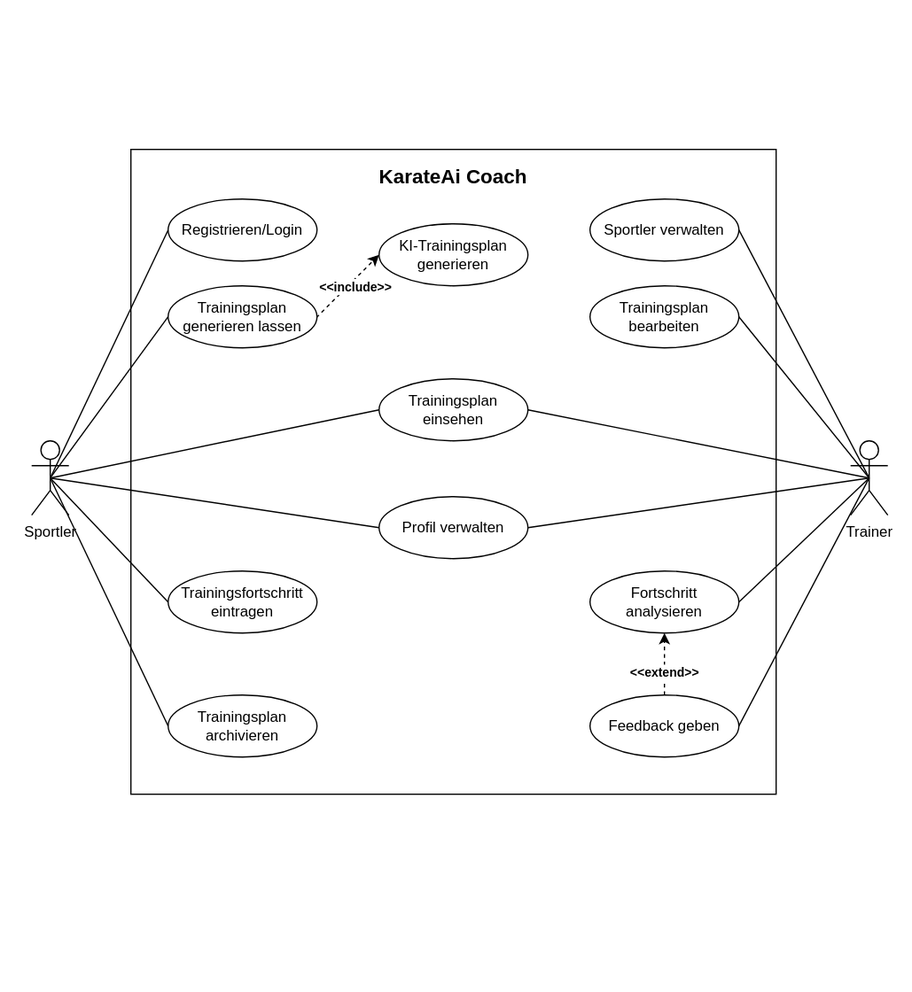
Arben-ai/karateaicoach keeps this draw.io diagram as doc/uc-diagram.drawio.svg. Above is the earlier version. Source tidied: cells renumbered, new cells last; positions are measured from the earlier drawing's top-left corner, leaving out a move shared by most shapes.
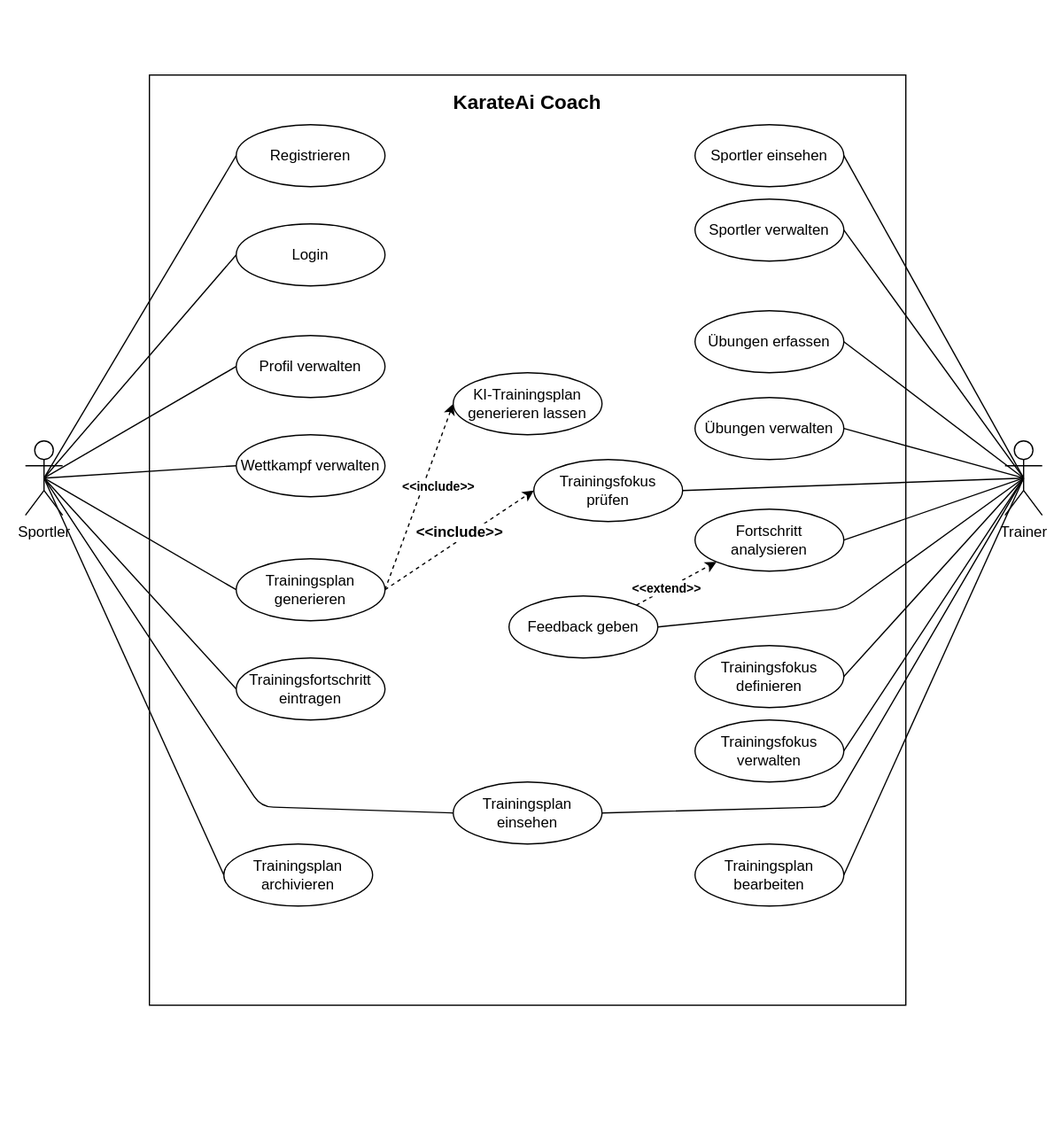
The same diagram one commit later.

Commit message:
Update use case diagram

Diff of the diagram source:
```diff
@@ -3,30 +3,33 @@
     <mxCell id="0" />
     <mxCell id="1" parent="0" />
     <mxCell id="2" style="rounded=0;whiteSpace=wrap;html=1;strokeColor=none;" parent="1" vertex="1">
-      <mxGeometry width="735" height="800" as="geometry" />
+      <mxGeometry x="-55" width="850" height="920" as="geometry" />
     </mxCell>
-    <mxCell id="3" value="&lt;font style=&quot;font-size: 16px;&quot;&gt;&lt;b&gt;KarateAi Coach&lt;/b&gt;&lt;/font&gt;&lt;div&gt;&lt;br&gt;&lt;/div&gt;&lt;div&gt;&lt;br&gt;&lt;/div&gt;&lt;div&gt;&lt;br&gt;&lt;/div&gt;&lt;div&gt;&lt;br&gt;&lt;/div&gt;&lt;div&gt;&lt;br&gt;&lt;/div&gt;&lt;div&gt;&lt;br&gt;&lt;/div&gt;&lt;div&gt;&lt;br&gt;&lt;/div&gt;&lt;div&gt;&lt;br&gt;&lt;/div&gt;&lt;div&gt;&lt;br&gt;&lt;/div&gt;&lt;div&gt;&lt;br&gt;&lt;/div&gt;&lt;div&gt;&lt;br&gt;&lt;/div&gt;&lt;div&gt;&lt;br&gt;&lt;/div&gt;&lt;div&gt;&lt;br&gt;&lt;/div&gt;&lt;div&gt;&lt;br&gt;&lt;/div&gt;&lt;div&gt;&lt;br&gt;&lt;/div&gt;&lt;div&gt;&lt;br&gt;&lt;/div&gt;&lt;div&gt;&lt;br&gt;&lt;/div&gt;&lt;div&gt;&lt;br&gt;&lt;/div&gt;&lt;div&gt;&lt;br&gt;&lt;/div&gt;&lt;div&gt;&lt;br&gt;&lt;/div&gt;&lt;div&gt;&lt;br&gt;&lt;/div&gt;&lt;div&gt;&lt;br&gt;&lt;/div&gt;&lt;div&gt;&lt;br&gt;&lt;/div&gt;&lt;div&gt;&lt;br&gt;&lt;/div&gt;&lt;div&gt;&lt;br&gt;&lt;/div&gt;&lt;div&gt;&lt;br&gt;&lt;/div&gt;&lt;div&gt;&lt;br&gt;&lt;/div&gt;&lt;div&gt;&lt;br&gt;&lt;/div&gt;&lt;div&gt;&lt;br&gt;&lt;/div&gt;&lt;div&gt;&lt;br&gt;&lt;/div&gt;&lt;div&gt;&lt;br&gt;&lt;/div&gt;&lt;div&gt;&lt;br&gt;&lt;/div&gt;&lt;div&gt;&lt;br&gt;&lt;/div&gt;" style="rounded=0;whiteSpace=wrap;html=1;" parent="1" vertex="1">
-      <mxGeometry x="105" y="120" width="520" height="520" as="geometry" />
+    <mxCell id="3" value="&lt;font style=&quot;font-size: 16px;&quot;&gt;&lt;b&gt;KarateAi Coach&lt;/b&gt;&lt;/font&gt;&lt;div&gt;&lt;br&gt;&lt;/div&gt;&lt;div&gt;&lt;br&gt;&lt;/div&gt;&lt;div&gt;&lt;br&gt;&lt;/div&gt;&lt;div&gt;&lt;br&gt;&lt;/div&gt;&lt;div&gt;&lt;br&gt;&lt;/div&gt;&lt;div&gt;&lt;br&gt;&lt;/div&gt;&lt;div&gt;&lt;br&gt;&lt;/div&gt;&lt;div&gt;&lt;br&gt;&lt;/div&gt;&lt;div&gt;&lt;br&gt;&lt;/div&gt;&lt;div&gt;&lt;br&gt;&lt;/div&gt;&lt;div&gt;&lt;br&gt;&lt;/div&gt;&lt;div&gt;&lt;br&gt;&lt;/div&gt;&lt;div&gt;&lt;br&gt;&lt;/div&gt;&lt;div&gt;&lt;br&gt;&lt;/div&gt;&lt;div&gt;&lt;br&gt;&lt;/div&gt;&lt;div&gt;&lt;br&gt;&lt;/div&gt;&lt;div&gt;&lt;br&gt;&lt;/div&gt;&lt;div&gt;&lt;br&gt;&lt;/div&gt;&lt;div&gt;&lt;br&gt;&lt;/div&gt;&lt;div&gt;&lt;br&gt;&lt;/div&gt;&lt;div&gt;&lt;br&gt;&lt;/div&gt;&lt;div&gt;&lt;br&gt;&lt;/div&gt;&lt;div&gt;&lt;br&gt;&lt;/div&gt;&lt;div&gt;&lt;br&gt;&lt;/div&gt;&lt;div&gt;&lt;br&gt;&lt;/div&gt;&lt;div&gt;&lt;br&gt;&lt;/div&gt;&lt;div&gt;&lt;br&gt;&lt;/div&gt;&lt;div&gt;&lt;br&gt;&lt;/div&gt;&lt;div&gt;&lt;br&gt;&lt;/div&gt;&lt;div&gt;&lt;br&gt;&lt;/div&gt;&lt;div&gt;&lt;br&gt;&lt;/div&gt;&lt;div&gt;&lt;br&gt;&lt;/div&gt;&lt;div&gt;&lt;br&gt;&lt;/div&gt;&lt;div&gt;&lt;br&gt;&lt;/div&gt;&lt;div&gt;&lt;br&gt;&lt;/div&gt;&lt;div&gt;&lt;br&gt;&lt;/div&gt;&lt;div&gt;&lt;br&gt;&lt;/div&gt;&lt;div&gt;&lt;br&gt;&lt;/div&gt;&lt;div&gt;&lt;br&gt;&lt;/div&gt;&lt;div&gt;&lt;br&gt;&lt;/div&gt;&lt;div&gt;&lt;br&gt;&lt;/div&gt;&lt;div&gt;&lt;br&gt;&lt;/div&gt;&lt;div&gt;&lt;br&gt;&lt;/div&gt;&lt;div&gt;&lt;br&gt;&lt;/div&gt;&lt;div&gt;&lt;br&gt;&lt;/div&gt;&lt;div&gt;&lt;br&gt;&lt;/div&gt;&lt;div&gt;&lt;br&gt;&lt;/div&gt;&lt;div&gt;&lt;br&gt;&lt;/div&gt;&lt;div&gt;&lt;br&gt;&lt;/div&gt;" style="rounded=0;whiteSpace=wrap;html=1;" parent="1" vertex="1">
+      <mxGeometry x="65" y="60" width="610" height="750" as="geometry" />
     </mxCell>
-    <mxCell id="4" style="edgeStyle=none;shape=connector;rounded=1;html=1;exitX=0.5;exitY=0.5;exitDx=0;exitDy=0;exitPerimeter=0;entryX=0;entryY=0.5;entryDx=0;entryDy=0;strokeColor=default;align=center;verticalAlign=middle;fontFamily=Helvetica;fontSize=11;fontColor=default;labelBackgroundColor=default;endArrow=none;endFill=0;" parent="1" edge="1" source="6" target="13">
-      <mxGeometry relative="1" as="geometry" />
-    </mxCell>
     <mxCell id="5" style="edgeStyle=none;shape=connector;rounded=1;html=1;exitX=0.5;exitY=0.5;exitDx=0;exitDy=0;exitPerimeter=0;entryX=0;entryY=0.5;entryDx=0;entryDy=0;strokeColor=default;align=center;verticalAlign=middle;fontFamily=Helvetica;fontSize=11;fontColor=default;labelBackgroundColor=default;endArrow=none;endFill=0;" parent="1" edge="1" source="6" target="12">
       <mxGeometry relative="1" as="geometry" />
     </mxCell>
+    <mxCell id="33" style="edgeStyle=none;html=1;exitX=0.5;exitY=0.5;exitDx=0;exitDy=0;exitPerimeter=0;entryX=0;entryY=0.5;entryDx=0;entryDy=0;endArrow=none;endFill=0;" parent="1" edge="1" source="6" target="37">
+      <mxGeometry relative="1" as="geometry" />
+    </mxCell>
     <mxCell id="6" value="Sportler" style="shape=umlActor;verticalLabelPosition=bottom;verticalAlign=top;html=1;outlineConnect=0;" parent="1" vertex="1">
-      <mxGeometry x="25" y="355" width="30" height="60" as="geometry" />
+      <mxGeometry x="-35" y="355" width="30" height="60" as="geometry" />
     </mxCell>
     <mxCell id="7" style="edgeStyle=none;shape=connector;rounded=1;html=1;exitX=0.5;exitY=0.5;exitDx=0;exitDy=0;exitPerimeter=0;entryX=1;entryY=0.5;entryDx=0;entryDy=0;strokeColor=default;align=center;verticalAlign=middle;fontFamily=Helvetica;fontSize=11;fontColor=default;labelBackgroundColor=default;endArrow=none;endFill=0;" parent="1" edge="1" source="8" target="17">
       <mxGeometry relative="1" as="geometry" />
     </mxCell>
+    <mxCell id="34" style="edgeStyle=none;shape=connector;rounded=1;html=1;exitX=0.5;exitY=0.5;exitDx=0;exitDy=0;exitPerimeter=0;entryX=1;entryY=0.5;entryDx=0;entryDy=0;strokeColor=default;align=center;verticalAlign=middle;fontFamily=Helvetica;fontSize=11;fontColor=default;labelBackgroundColor=default;endArrow=none;endFill=0;" parent="1" edge="1" source="8" target="50">
+      <mxGeometry relative="1" as="geometry" />
+    </mxCell>
     <mxCell id="8" value="Trainer" style="shape=umlActor;verticalLabelPosition=bottom;verticalAlign=top;html=1;outlineConnect=0;" parent="1" vertex="1">
-      <mxGeometry x="685" y="355" width="30" height="60" as="geometry" />
+      <mxGeometry x="755" y="355" width="30" height="60" as="geometry" />
     </mxCell>
-    <mxCell id="9" value="Registrieren/Login" style="ellipse;whiteSpace=wrap;html=1;" parent="1" vertex="1">
-      <mxGeometry x="135" y="160" width="120" height="50" as="geometry" />
+    <mxCell id="9" value="Registrieren" style="ellipse;whiteSpace=wrap;html=1;" parent="1" vertex="1">
+      <mxGeometry x="135" y="100" width="120" height="50" as="geometry" />
     </mxCell>
-    <mxCell id="10" style="edgeStyle=none;html=1;exitX=1;exitY=1;exitDx=0;exitDy=0;entryX=0;entryY=0.5;entryDx=0;entryDy=0;dashed=1;" parent="1" edge="1" source="12" target="31">
+    <mxCell id="10" style="edgeStyle=none;html=1;exitX=1;exitY=0.5;exitDx=0;exitDy=0;entryX=0;entryY=0.5;entryDx=0;entryDy=0;dashed=1;" parent="1" edge="1" source="12" target="31">
       <mxGeometry relative="1" as="geometry" />
     </mxCell>
     <mxCell id="11" value="&lt;span style=&quot;color: rgb(0, 0, 0); font-size: 10px; font-weight: 700;&quot;&gt;&amp;lt;&amp;lt;include&amp;gt;&amp;gt;&lt;/span&gt;" style="edgeLabel;html=1;align=center;verticalAlign=middle;" parent="10" vertex="1">
@@ -34,44 +37,56 @@
         <mxPoint x="14" y="-10" as="offset" />
       </mxGeometry>
     </mxCell>
+    <mxCell id="35" style="edgeStyle=none;shape=connector;rounded=1;html=1;exitX=1;exitY=0.5;exitDx=0;exitDy=0;entryX=0;entryY=0.5;entryDx=0;entryDy=0;strokeColor=default;align=center;verticalAlign=middle;fontFamily=Helvetica;fontSize=11;fontColor=default;labelBackgroundColor=default;endArrow=classic;endFill=1;dashed=1;" parent="1" edge="1" source="12" target="50">
+      <mxGeometry relative="1" as="geometry" />
+    </mxCell>
+    <mxCell id="36" value="&lt;font style=&quot;font-size: 12px;&quot;&gt;&lt;b&gt;&amp;lt;&amp;lt;include&amp;gt;&amp;gt;&lt;/b&gt;&lt;/font&gt;" style="edgeLabel;html=1;align=center;verticalAlign=middle;fontFamily=Helvetica;fontSize=11;fontColor=default;labelBackgroundColor=default;" parent="35" vertex="1">
+      <mxGeometry x="0.15" relative="1" as="geometry">
+        <mxPoint x="-10" as="offset" />
+      </mxGeometry>
+    </mxCell>
-    <mxCell id="12" value="Trainingsplan generieren lassen" style="ellipse;whiteSpace=wrap;html=1;" parent="1" vertex="1">
-      <mxGeometry x="135" y="230" width="120" height="50" as="geometry" />
+    <mxCell id="12" value="Trainingsplan generieren" style="ellipse;whiteSpace=wrap;html=1;" parent="1" vertex="1">
+      <mxGeometry x="135" y="450" width="120" height="50" as="geometry" />
     </mxCell>
     <mxCell id="13" value="Profil verwalten" style="ellipse;whiteSpace=wrap;html=1;" parent="1" vertex="1">
-      <mxGeometry x="305" y="400" width="120" height="50" as="geometry" />
+      <mxGeometry x="135" y="270" width="120" height="50" as="geometry" />
     </mxCell>
     <mxCell id="14" value="Trainingsplan einsehen" style="ellipse;whiteSpace=wrap;html=1;" parent="1" vertex="1">
-      <mxGeometry x="305" y="305" width="120" height="50" as="geometry" />
+      <mxGeometry x="310" y="630" width="120" height="50" as="geometry" />
     </mxCell>
     <mxCell id="15" value="Trainingsfortschritt eintragen" style="ellipse;whiteSpace=wrap;html=1;" parent="1" vertex="1">
-      <mxGeometry x="135" y="460" width="120" height="50" as="geometry" />
+      <mxGeometry x="135" y="530" width="120" height="50" as="geometry" />
     </mxCell>
     <mxCell id="16" value="Trainingsplan archivieren" style="ellipse;whiteSpace=wrap;html=1;" parent="1" vertex="1">
-      <mxGeometry x="135" y="560" width="120" height="50" as="geometry" />
+      <mxGeometry x="125" y="680" width="120" height="50" as="geometry" />
     </mxCell>
     <mxCell id="17" value="Sportler verwalten" style="ellipse;whiteSpace=wrap;html=1;" parent="1" vertex="1">
-      <mxGeometry x="475" y="160" width="120" height="50" as="geometry" />
+      <mxGeometry x="505" y="160" width="120" height="50" as="geometry" />
     </mxCell>
     <mxCell id="18" value="Trainingsplan bearbeiten" style="ellipse;whiteSpace=wrap;html=1;" parent="1" vertex="1">
-      <mxGeometry x="475" y="230" width="120" height="50" as="geometry" />
+      <mxGeometry x="505" y="680" width="120" height="50" as="geometry" />
     </mxCell>
-    <mxCell id="19" style="edgeStyle=none;html=1;exitX=0.5;exitY=0;exitDx=0;exitDy=0;entryX=0.5;entryY=1;entryDx=0;entryDy=0;dashed=1;" parent="1" edge="1" source="21" target="22">
+    <mxCell id="19" style="edgeStyle=none;html=1;exitX=1;exitY=0;exitDx=0;exitDy=0;entryX=0;entryY=1;entryDx=0;entryDy=0;dashed=1;" parent="1" edge="1" source="21" target="22">
       <mxGeometry relative="1" as="geometry" />
     </mxCell>
     <mxCell id="20" value="&lt;b&gt;&lt;font style=&quot;font-size: 10px;&quot;&gt;&amp;lt;&amp;lt;extend&amp;gt;&amp;gt;&lt;/font&gt;&lt;/b&gt;" style="edgeLabel;html=1;align=center;verticalAlign=middle;" parent="19" vertex="1">
       <mxGeometry x="-0.25" y="1" relative="1" as="geometry" />
     </mxCell>
     <mxCell id="21" value="Feedback geben" style="ellipse;whiteSpace=wrap;html=1;" parent="1" vertex="1">
-      <mxGeometry x="475" y="560" width="120" height="50" as="geometry" />
+      <mxGeometry x="355" y="480" width="120" height="50" as="geometry" />
     </mxCell>
     <mxCell id="22" value="Fortschritt analysieren" style="ellipse;whiteSpace=wrap;html=1;" parent="1" vertex="1">
-      <mxGeometry x="475" y="460" width="120" height="50" as="geometry" />
+      <mxGeometry x="505" y="410" width="120" height="50" as="geometry" />
     </mxCell>
     <mxCell id="23" style="edgeStyle=none;html=1;exitX=0;exitY=0.5;exitDx=0;exitDy=0;entryX=0.5;entryY=0.5;entryDx=0;entryDy=0;entryPerimeter=0;endArrow=none;endFill=0;" parent="1" edge="1" source="9" target="6">
       <mxGeometry relative="1" as="geometry" />
     </mxCell>
     <mxCell id="24" style="edgeStyle=none;shape=connector;rounded=1;html=1;exitX=0;exitY=0.5;exitDx=0;exitDy=0;entryX=0.5;entryY=0.5;entryDx=0;entryDy=0;entryPerimeter=0;strokeColor=default;align=center;verticalAlign=middle;fontFamily=Helvetica;fontSize=11;fontColor=default;labelBackgroundColor=default;endArrow=none;endFill=0;" parent="1" edge="1" source="14" target="6">
-      <mxGeometry relative="1" as="geometry" />
+      <mxGeometry relative="1" as="geometry">
+        <Array as="points">
+          <mxPoint x="155" y="650" />
+        </Array>
+      </mxGeometry>
     </mxCell>
     <mxCell id="25" style="edgeStyle=none;shape=connector;rounded=1;html=1;exitX=0;exitY=0.5;exitDx=0;exitDy=0;entryX=0.5;entryY=0.5;entryDx=0;entryDy=0;entryPerimeter=0;strokeColor=default;align=center;verticalAlign=middle;fontFamily=Helvetica;fontSize=11;fontColor=default;labelBackgroundColor=default;endArrow=none;endFill=0;" parent="1" edge="1" source="15" target="6">
       <mxGeometry relative="1" as="geometry" />
@@ -80,22 +95,72 @@
       <mxGeometry relative="1" as="geometry" />
     </mxCell>
     <mxCell id="27" style="edgeStyle=none;shape=connector;rounded=1;html=1;entryX=0.5;entryY=0.5;entryDx=0;entryDy=0;entryPerimeter=0;strokeColor=default;align=center;verticalAlign=middle;fontFamily=Helvetica;fontSize=11;fontColor=default;labelBackgroundColor=default;endArrow=none;endFill=0;exitX=1;exitY=0.5;exitDx=0;exitDy=0;" parent="1" edge="1" source="14" target="8">
-      <mxGeometry relative="1" as="geometry" />
+      <mxGeometry relative="1" as="geometry">
+        <Array as="points">
+          <mxPoint x="615" y="650" />
+        </Array>
+      </mxGeometry>
     </mxCell>
     <mxCell id="28" style="edgeStyle=none;shape=connector;rounded=1;html=1;exitX=1;exitY=0.5;exitDx=0;exitDy=0;entryX=0.5;entryY=0.5;entryDx=0;entryDy=0;entryPerimeter=0;strokeColor=default;align=center;verticalAlign=middle;fontFamily=Helvetica;fontSize=11;fontColor=default;labelBackgroundColor=default;endArrow=none;endFill=0;" parent="1" edge="1" source="18" target="8">
       <mxGeometry relative="1" as="geometry" />
     </mxCell>
     <mxCell id="29" style="edgeStyle=none;shape=connector;rounded=1;html=1;exitX=1;exitY=0.5;exitDx=0;exitDy=0;entryX=0.5;entryY=0.5;entryDx=0;entryDy=0;entryPerimeter=0;strokeColor=default;align=center;verticalAlign=middle;fontFamily=Helvetica;fontSize=11;fontColor=default;labelBackgroundColor=default;endArrow=none;endFill=0;" parent="1" edge="1" source="21" target="8">
-      <mxGeometry relative="1" as="geometry" />
+      <mxGeometry relative="1" as="geometry">
+        <Array as="points">
+          <mxPoint x="625" y="490" />
+        </Array>
+      </mxGeometry>
     </mxCell>
     <mxCell id="30" style="edgeStyle=none;shape=connector;rounded=1;html=1;exitX=1;exitY=0.5;exitDx=0;exitDy=0;entryX=0.5;entryY=0.5;entryDx=0;entryDy=0;entryPerimeter=0;strokeColor=default;align=center;verticalAlign=middle;fontFamily=Helvetica;fontSize=11;fontColor=default;labelBackgroundColor=default;endArrow=none;endFill=0;" parent="1" edge="1" source="22" target="8">
       <mxGeometry relative="1" as="geometry" />
     </mxCell>
-    <mxCell id="31" value="KI-Trainingsplan generieren" style="ellipse;whiteSpace=wrap;html=1;" parent="1" vertex="1">
-      <mxGeometry x="305" y="180" width="120" height="50" as="geometry" />
+    <mxCell id="31" value="KI-Trainingsplan generieren lassen" style="ellipse;whiteSpace=wrap;html=1;" parent="1" vertex="1">
+      <mxGeometry x="310" y="300" width="120" height="50" as="geometry" />
     </mxCell>
-    <mxCell id="32" style="edgeStyle=none;shape=connector;rounded=1;html=1;exitX=0.5;exitY=0.5;exitDx=0;exitDy=0;exitPerimeter=0;entryX=1;entryY=0.5;entryDx=0;entryDy=0;strokeColor=default;align=center;verticalAlign=middle;fontFamily=Helvetica;fontSize=11;fontColor=default;labelBackgroundColor=default;endArrow=none;endFill=0;" parent="1" edge="1" source="8" target="13">
-      <mxGeometry relative="1" as="geometry" />
-    </mxCell>
+    <mxCell id="37" value="&lt;span style=&quot;color: rgb(0, 0, 0);&quot;&gt;Login&lt;/span&gt;" style="ellipse;whiteSpace=wrap;html=1;" parent="1" vertex="1">
+      <mxGeometry x="135" y="180" width="120" height="50" as="geometry" />
+    </mxCell>
+    <mxCell id="38" value="Wettkampf verwalten" style="ellipse;whiteSpace=wrap;html=1;" parent="1" vertex="1">
+      <mxGeometry x="135" y="350" width="120" height="50" as="geometry" />
+    </mxCell>
+    <mxCell id="39" style="edgeStyle=none;shape=connector;rounded=1;html=1;exitX=0;exitY=0.5;exitDx=0;exitDy=0;entryX=0.5;entryY=0.5;entryDx=0;entryDy=0;entryPerimeter=0;strokeColor=default;align=center;verticalAlign=middle;fontFamily=Helvetica;fontSize=11;fontColor=default;labelBackgroundColor=default;endArrow=none;endFill=0;" parent="1" edge="1" source="38" target="6">
+      <mxGeometry relative="1" as="geometry" />
+    </mxCell>
+    <mxCell id="40" value="Sportler einsehen" style="ellipse;whiteSpace=wrap;html=1;" parent="1" vertex="1">
+      <mxGeometry x="505" y="100" width="120" height="50" as="geometry" />
+    </mxCell>
+    <mxCell id="41" style="edgeStyle=none;shape=connector;rounded=1;html=1;exitX=1;exitY=0.5;exitDx=0;exitDy=0;entryX=0.5;entryY=0.5;entryDx=0;entryDy=0;entryPerimeter=0;strokeColor=default;align=center;verticalAlign=middle;fontFamily=Helvetica;fontSize=11;fontColor=default;labelBackgroundColor=default;endArrow=none;endFill=0;" parent="1" edge="1" source="40" target="8">
+      <mxGeometry relative="1" as="geometry" />
+    </mxCell>
+    <mxCell id="42" value="Übungen erfassen" style="ellipse;whiteSpace=wrap;html=1;" parent="1" vertex="1">
+      <mxGeometry x="505" y="250" width="120" height="50" as="geometry" />
+    </mxCell>
+    <mxCell id="43" value="Übungen verwalten" style="ellipse;whiteSpace=wrap;html=1;" parent="1" vertex="1">
+      <mxGeometry x="505" y="320" width="120" height="50" as="geometry" />
+    </mxCell>
+    <mxCell id="44" style="edgeStyle=none;shape=connector;rounded=1;html=1;exitX=1;exitY=0.5;exitDx=0;exitDy=0;entryX=0.5;entryY=0.5;entryDx=0;entryDy=0;entryPerimeter=0;strokeColor=default;align=center;verticalAlign=middle;fontFamily=Helvetica;fontSize=11;fontColor=default;labelBackgroundColor=default;endArrow=none;endFill=0;" parent="1" edge="1" source="42" target="8">
+      <mxGeometry relative="1" as="geometry" />
+    </mxCell>
+    <mxCell id="45" style="edgeStyle=none;shape=connector;rounded=1;html=1;exitX=1;exitY=0.5;exitDx=0;exitDy=0;entryX=0.5;entryY=0.5;entryDx=0;entryDy=0;entryPerimeter=0;strokeColor=default;align=center;verticalAlign=middle;fontFamily=Helvetica;fontSize=11;fontColor=default;labelBackgroundColor=default;endArrow=none;endFill=0;" parent="1" edge="1" source="43" target="8">
+      <mxGeometry relative="1" as="geometry" />
+    </mxCell>
+    <mxCell id="46" value="Trainingsfokus definieren" style="ellipse;whiteSpace=wrap;html=1;" parent="1" vertex="1">
+      <mxGeometry x="505" y="520" width="120" height="50" as="geometry" />
+    </mxCell>
+    <mxCell id="47" style="edgeStyle=none;shape=connector;rounded=1;html=1;exitX=1;exitY=0.5;exitDx=0;exitDy=0;entryX=0.5;entryY=0.5;entryDx=0;entryDy=0;entryPerimeter=0;strokeColor=default;align=center;verticalAlign=middle;fontFamily=Helvetica;fontSize=11;fontColor=default;labelBackgroundColor=default;endArrow=none;endFill=0;" parent="1" edge="1" source="46" target="8">
+      <mxGeometry relative="1" as="geometry" />
+    </mxCell>
+    <mxCell id="48" value="Trainingsfokus verwalten" style="ellipse;whiteSpace=wrap;html=1;" parent="1" vertex="1">
+      <mxGeometry x="505" y="580" width="120" height="50" as="geometry" />
+    </mxCell>
+    <mxCell id="49" style="edgeStyle=none;shape=connector;rounded=1;html=1;exitX=1;exitY=0.5;exitDx=0;exitDy=0;entryX=0.5;entryY=0.5;entryDx=0;entryDy=0;entryPerimeter=0;strokeColor=default;align=center;verticalAlign=middle;fontFamily=Helvetica;fontSize=11;fontColor=default;labelBackgroundColor=default;endArrow=none;endFill=0;" parent="1" edge="1" source="48" target="8">
+      <mxGeometry relative="1" as="geometry" />
+    </mxCell>
+    <mxCell id="50" value="Trainingsfokus&lt;div&gt;prüfen&lt;/div&gt;" style="ellipse;whiteSpace=wrap;html=1;" parent="1" vertex="1">
+      <mxGeometry x="375" y="370" width="120" height="50" as="geometry" />
+    </mxCell>
+    <mxCell id="51" style="edgeStyle=none;shape=connector;rounded=1;html=1;exitX=0;exitY=0.5;exitDx=0;exitDy=0;entryX=0.5;entryY=0.5;entryDx=0;entryDy=0;entryPerimeter=0;strokeColor=default;align=center;verticalAlign=middle;fontFamily=Helvetica;fontSize=11;fontColor=default;labelBackgroundColor=default;endArrow=none;endFill=0;" parent="1" edge="1" source="13" target="6">
+      <mxGeometry relative="1" as="geometry" />
+    </mxCell>
   </root>
 </mxGraphModel>
```
